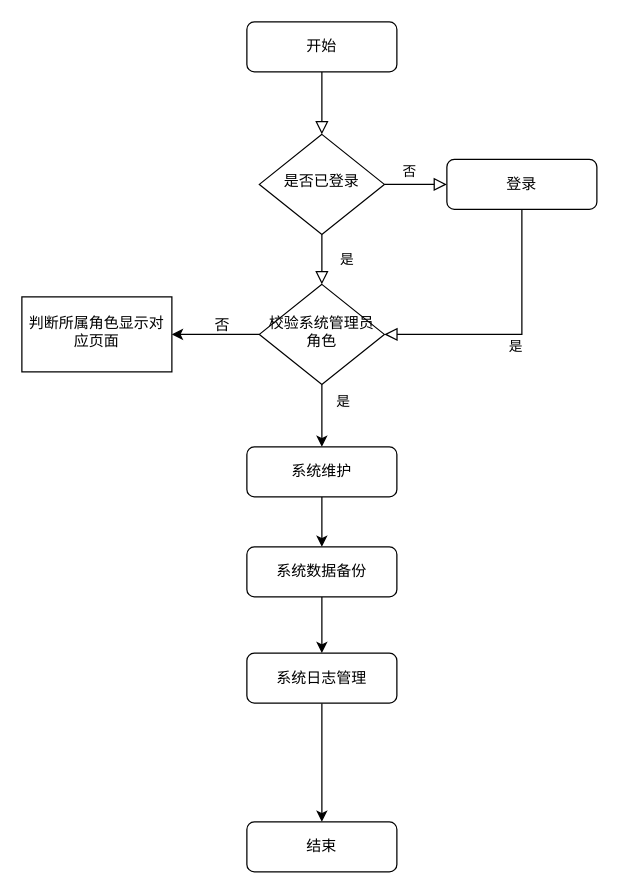
Earlier version of the draw.io diagram 系统管理员功能流程图.drawio (creazy412/none). Source tidied: cells renumbered, new cells numbered last; positions are measured from the earlier drawing's top-left corner, leaving out a move shared by most shapes. Both pictures are drawn from the tidied source at 125%, with x=0, y=0 at pixel (21, 21).
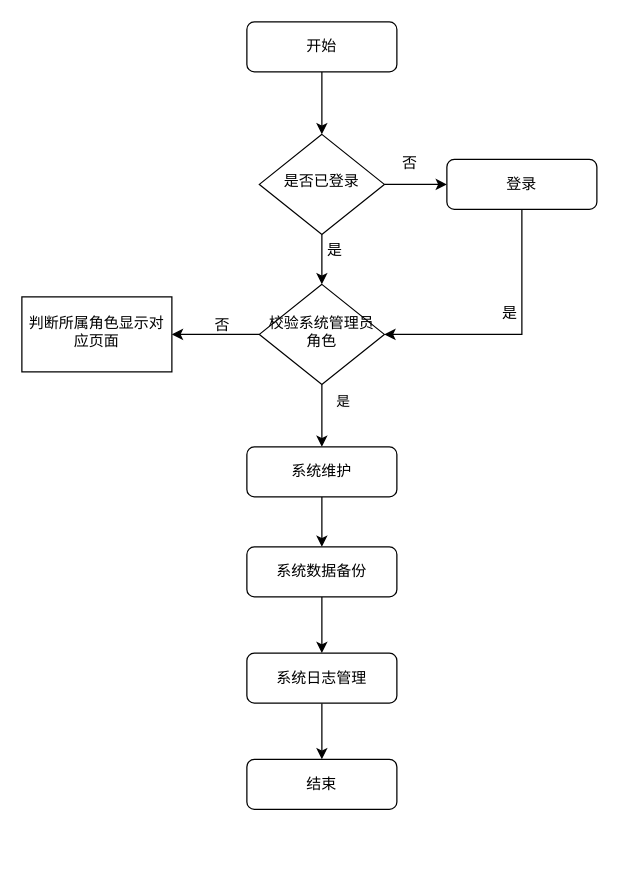
The same page after the edit.

Commit message:
更新系统管理员功能流程图.drawio

The change refers to these unchanged cells:
```xml
<mxCell id="3" value="开始" style="rounded=1;whiteSpace=wrap;html=1;fontSize=12;glass=0;strokeWidth=1;shadow=0;" parent="1" vertex="1">
  <mxGeometry x="180" width="120" height="40" as="geometry" />
</mxCell>
<mxCell id="6" value="是否已登录" style="rhombus;whiteSpace=wrap;html=1;shadow=0;fontFamily=Helvetica;fontSize=12;align=center;strokeWidth=1;spacing=6;spacingTop=-4;" parent="1" vertex="1">
  <mxGeometry x="190" y="90" width="100" height="80" as="geometry" />
</mxCell>
<mxCell id="7" value="登录" style="rounded=1;whiteSpace=wrap;html=1;fontSize=12;glass=0;strokeWidth=1;shadow=0;" parent="1" vertex="1">
  <mxGeometry x="340" y="110" width="120" height="40" as="geometry" />
</mxCell>
<mxCell id="11" value="校验系统管理员角色" style="rhombus;whiteSpace=wrap;html=1;shadow=0;fontFamily=Helvetica;fontSize=12;align=center;strokeWidth=1;spacing=6;spacingTop=-4;" parent="1" vertex="1">
  <mxGeometry x="190" y="210" width="100" height="80" as="geometry" />
</mxCell>
```

Diff of the diagram source:
```diff
@@
-    <mxCell id="2" style="rounded=0;html=1;jettySize=auto;fontSize=11;endArrow=block;endFill=0;endSize=8;strokeWidth=1;shadow=0;labelBackgroundColor=none;edgeStyle=orthogonalEdgeStyle;" parent="1" edge="1" source="3" target="6">
+    <mxCell id="2" style="edgeStyle=orthogonalEdgeStyle;rounded=0;jettySize=auto;html=1;" parent="1" edge="1" source="3" target="6">
       <mxGeometry relative="1" as="geometry" />
     </mxCell>
@@
+    <mxCell id="22" style="edgeStyle=orthogonalEdgeStyle;rounded=0;jettySize=auto;html=1;" parent="1" edge="1" source="6" target="7">
+      <mxGeometry relative="1" as="geometry" />
+    </mxCell>
-    <mxCell id="4" value="是" style="rounded=0;html=1;jettySize=auto;fontSize=11;endArrow=block;endFill=0;endSize=8;strokeWidth=1;shadow=0;labelBackgroundColor=none;edgeStyle=orthogonalEdgeStyle;" parent="1" edge="1" source="6" target="11">
-      <mxGeometry y="20" relative="1" as="geometry" />
+    <mxCell id="4" style="edgeStyle=orthogonalEdgeStyle;rounded=0;jettySize=auto;html=1;" parent="1" edge="1" source="6" target="11">
+      <mxGeometry relative="1" as="geometry" />
     </mxCell>
-    <mxCell id="5" value="否" style="edgeStyle=orthogonalEdgeStyle;rounded=0;html=1;jettySize=auto;fontSize=11;endArrow=block;endFill=0;endSize=8;strokeWidth=1;shadow=0;labelBackgroundColor=none;" parent="1" edge="1" source="6" target="7">
-      <mxGeometry x="-0.2" y="10" relative="1" as="geometry" />
-    </mxCell>
@@
+    <mxCell id="8" style="edgeStyle=orthogonalEdgeStyle;rounded=0;jettySize=auto;html=1;entryX=1;entryY=0.5;entryDx=0;entryDy=0;" parent="1" edge="1" source="7" target="11">
+      <mxGeometry relative="1" as="geometry">
+        <Array as="points">
+          <mxPoint x="400" y="250" />
+        </Array>
+      </mxGeometry>
+    </mxCell>
@@
-    <mxCell id="8" value="是" style="edgeStyle=orthogonalEdgeStyle;rounded=0;html=1;jettySize=auto;fontSize=11;endArrow=block;endFill=0;endSize=8;strokeWidth=1;shadow=0;labelBackgroundColor=none;exitX=0.5;exitY=1;exitDx=0;exitDy=0;entryX=1;entryY=0.5;entryDx=0;entryDy=0;" parent="1" edge="1" source="7" target="11">
-      <mxGeometry y="10" relative="1" as="geometry" />
-    </mxCell>
@@
     <mxCell id="12" value="结束" style="rounded=1;whiteSpace=wrap;html=1;fontSize=12;glass=0;strokeWidth=1;shadow=0;" parent="1" vertex="1">
-      <mxGeometry x="180" y="640" width="120" height="40" as="geometry" />
+      <mxGeometry x="180" y="590" width="120" height="40" as="geometry" />
     </mxCell>
@@
+    <mxCell id="5" value="否" style="text;html=1;align=center;verticalAlign=middle;strokeColor=none;fillColor=none;" parent="1" vertex="1">
+      <mxGeometry x="290" y="98" width="40" height="30" as="geometry" />
+    </mxCell>
+    <mxCell id="23" value="是" style="text;html=1;align=center;verticalAlign=middle;strokeColor=none;fillColor=none;" parent="1" vertex="1">
+      <mxGeometry x="230" y="168" width="40" height="30" as="geometry" />
+    </mxCell>
+    <mxCell id="24" value="是" style="text;html=1;align=center;verticalAlign=middle;strokeColor=none;fillColor=none;" parent="1" vertex="1">
+      <mxGeometry x="370" y="218" width="40" height="30" as="geometry" />
+    </mxCell>
```
